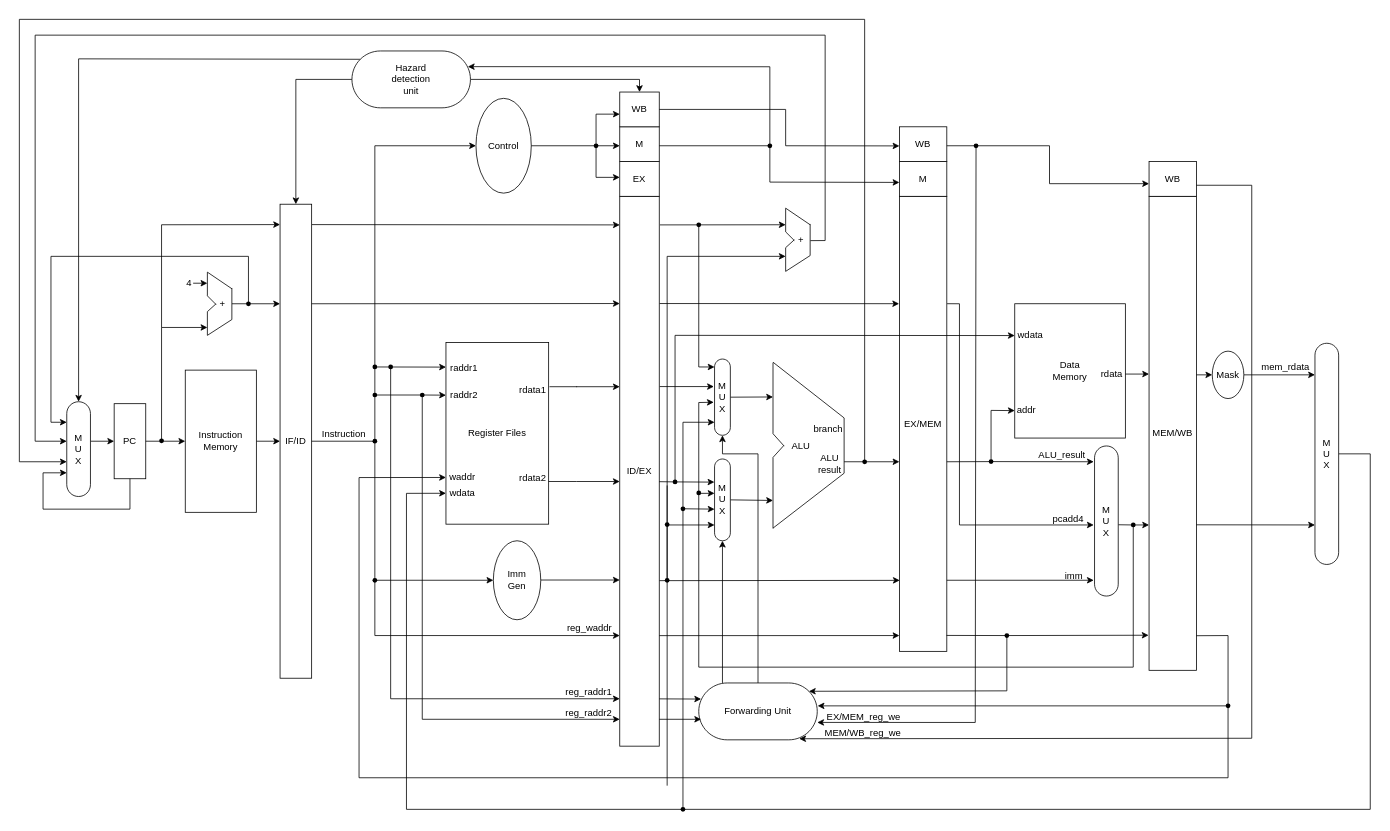
Before: CPU2.0 pipeline.drawio in Briarcresy/2026-IC-contest-JYD, a draw.io diagram. Source tidied: cells renumbered, new cells numbered last; positions are measured from the earlier drawing's top-left corner, leaving out a move shared by most shapes. Both pictures are drawn from the tidied source at 79%, with x=0, y=0 at pixel (19, 19).
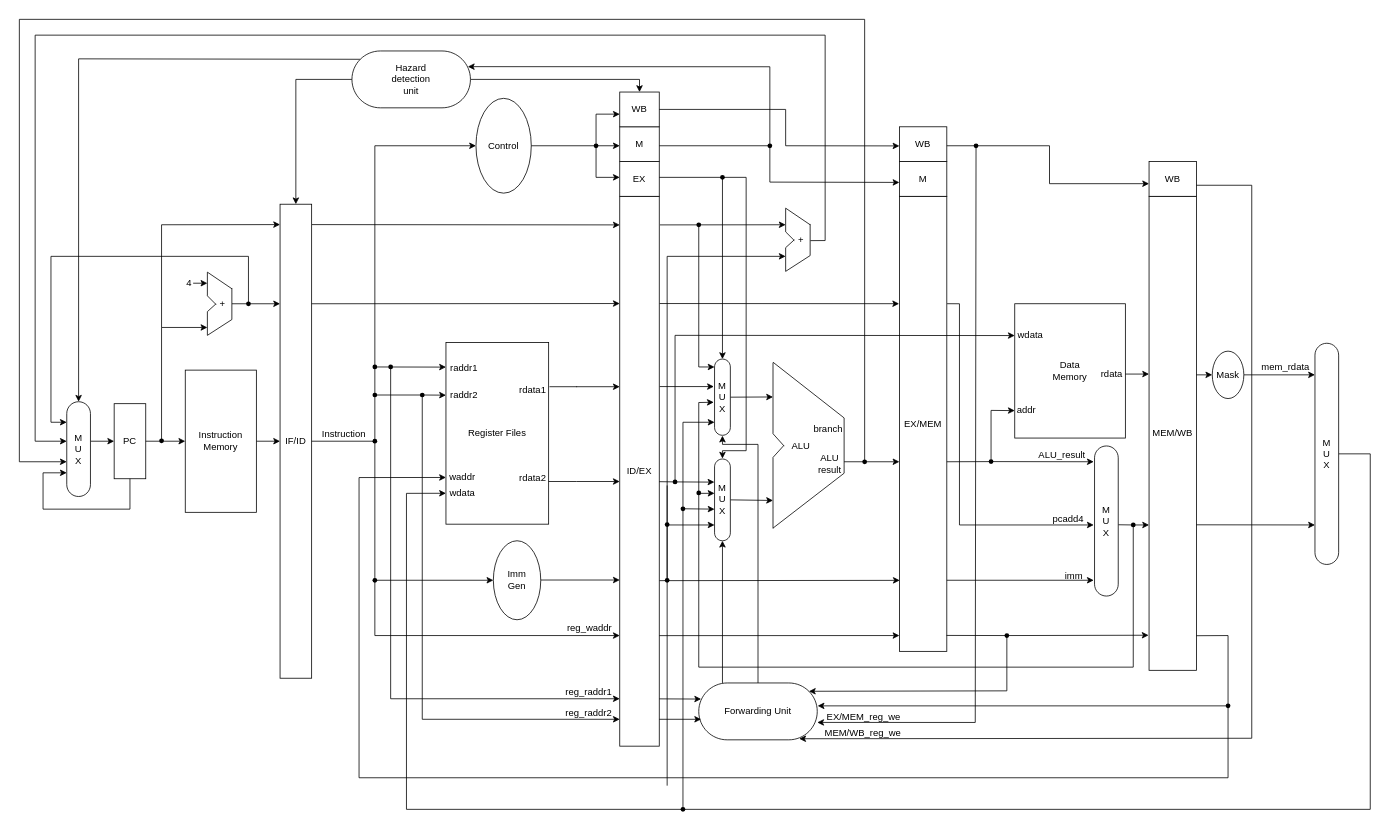
The same diagram, later.

The change refers to these unchanged cells:
```xml
<mxCell id="35" value="M&lt;div&gt;U&lt;/div&gt;&lt;div&gt;X&lt;/div&gt;" style="html=1;dashed=0;whiteSpace=wrap;shape=mxgraph.dfd.start;direction=south;" parent="1" vertex="1">
  <mxGeometry x="880" y="430" width="20" height="96.5" as="geometry" />
</mxCell>
<mxCell id="60" value="EX" style="rounded=0;whiteSpace=wrap;html=1;" parent="1" vertex="1">
  <mxGeometry x="760" y="180" width="50" height="44" as="geometry" />
</mxCell>
<mxCell id="76" value="Forwarding&amp;nbsp;&lt;span style=&quot;background-color: transparent; color: light-dark(rgb(0, 0, 0), rgb(255, 255, 255));&quot;&gt;Unit&lt;/span&gt;" style="html=1;dashed=0;whiteSpace=wrap;shape=mxgraph.dfd.start;points=[[0,0,0,10.548,10.548000000000002],[0,0,0,10.548,61.452],[0,0,0,139.452,10.548000000000002],[0,0,0,139.452,61.452],[0,0.5,0,0,0],[0.3,0,0,0,0],[0.5,0,0,0,0],[0.5,0.5,0,0,36],[1,0.5,0,0,0]];" parent="1" vertex="1">
  <mxGeometry x="860" y="840" width="150" height="72" as="geometry" />
</mxCell>
```

Change to the diagram source:
```diff
@@
-    <mxCell id="78" style="edgeStyle=elbowEdgeStyle;elbow=vertical;endArrow=classic;html=1;curved=0;rounded=0;endSize=6;startSize=6;entryX=1;entryY=0.5;entryDx=0;entryDy=0;entryPerimeter=0;exitX=0.5;exitY=0;exitDx=0;exitDy=0;exitPerimeter=0;" parent="1" edge="1" source="76" target="35">
+    <mxCell id="78" style="edgeStyle=elbowEdgeStyle;elbow=vertical;endArrow=classic;html=1;curved=0;rounded=0;endSize=6;startSize=6;exitX=0.5;exitY=0;exitDx=0;exitDy=0;exitPerimeter=0;" parent="1" edge="1" source="76">
       <mxGeometry relative="1" as="geometry">
+        <mxPoint x="890" y="527" as="targetPoint" />
         <Array as="points">
-          <mxPoint x="910" y="550" />
+          <mxPoint x="910" y="538" />
         </Array>
       </mxGeometry>
     </mxCell>
@@
+    <mxCell id="191" style="endArrow=classic;html=1;rounded=0;exitX=1;exitY=0.455;exitDx=0;exitDy=0;exitPerimeter=0;" parent="1" edge="1" source="60">
+      <mxGeometry relative="1" as="geometry">
+        <mxPoint x="890" y="556" as="targetPoint" />
+        <Array as="points">
+          <mxPoint x="920" y="200" />
+          <mxPoint x="920" y="546" />
+          <mxPoint x="890" y="546" />
+        </Array>
+      </mxGeometry>
+    </mxCell>
+    <mxCell id="192" style="endArrow=classic;html=1;rounded=0;entryX=0;entryY=0.5;entryDx=0;entryDy=0;entryPerimeter=0;" parent="1" edge="1" target="35">
+      <mxGeometry relative="1" as="geometry">
+        <mxPoint x="890" y="200" as="sourcePoint" />
+      </mxGeometry>
+    </mxCell>
+    <mxCell id="193" style="shape=waypoint;sketch=0;fillStyle=solid;size=6;fillColor=none;perimeter=centerPerimeter;" parent="1" vertex="1">
+      <mxGeometry x="880" y="190" width="20" height="20" as="geometry" />
+    </mxCell>
```
